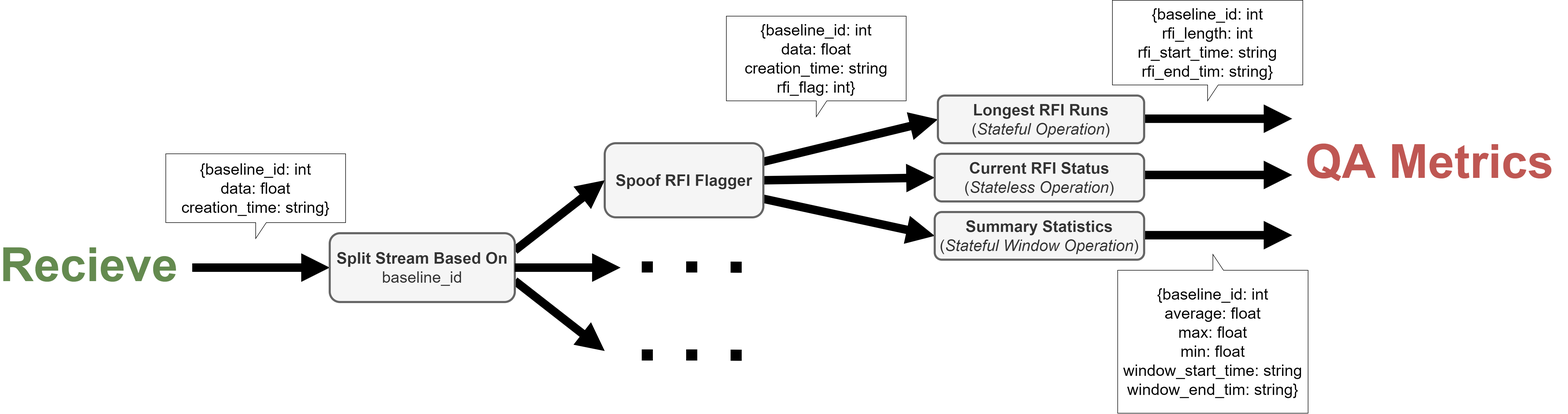
Earlier version of the draw.io export example-pipeline/images/pipeline_overview.png (ErikRZH/pyflink-python-flink-examples-docker). Source tidied: cells renumbered, new cells last; positions are measured from the earlier drawing's top-left corner, leaving out a move shared by most shapes.
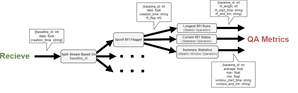
The same file after the commit.

Change to the diagram source:
```diff
@@ -2,102 +2,105 @@
   <root>
     <mxCell id="0" />
     <mxCell id="1" parent="0" />
+    <mxCell id="25" style="group;" parent="1" vertex="1">
+      <mxGeometry x="1800" y="481.8" width="1120" height="330" as="geometry" />
+    </mxCell>
-    <mxCell id="2" style="rounded=0;orthogonalLoop=1;jettySize=auto;html=1;fontSize=38;strokeWidth=16;endArrow=block;endFill=1;endSize=12;entryX=0;entryY=0.5;entryDx=0;entryDy=0;exitX=1;exitY=0.25;exitDx=0;exitDy=0;" parent="1" edge="1">
+    <mxCell id="2" style="rounded=0;orthogonalLoop=1;jettySize=auto;html=1;fontSize=38;strokeWidth=8;endArrow=block;endFill=1;endSize=8;entryX=0;entryY=0.5;entryDx=0;entryDy=0;exitX=1;exitY=0.25;exitDx=0;exitDy=0;" parent="25" edge="1">
       <mxGeometry relative="1" as="geometry">
-        <mxPoint x="940" y="530" as="sourcePoint" />
-        <mxPoint x="1110" y="662.5" as="targetPoint" />
+        <mxPoint x="359.3" y="202.6" as="sourcePoint" />
+        <mxPoint x="424.3" y="253.2" as="targetPoint" />
       </mxGeometry>
     </mxCell>
-    <mxCell id="3" value="&lt;font style=&quot;font-size: 30px&quot;&gt;{baseline_id: int&lt;br&gt;data: float&lt;br&gt;creation_time: string}&lt;/font&gt;" style="shape=callout;whiteSpace=wrap;html=1;perimeter=calloutPerimeter;fontSize=28;" parent="1" vertex="1">
-      <mxGeometry x="280" y="290" width="340" height="160" as="geometry" />
+    <mxCell id="3" value="&lt;font style=&quot;font-size: 13px&quot;&gt;{baseline_id: int&lt;br&gt;data: float&lt;br&gt;creation_time: string}&lt;/font&gt;" style="shape=callout;whiteSpace=wrap;html=1;perimeter=calloutPerimeter;fontSize=12;" parent="25" vertex="1">
+      <mxGeometry x="107" y="90" width="130" height="82" as="geometry" />
     </mxCell>
-    <mxCell id="4" style="endArrow=none;dashed=1;html=1;dashPattern=1 3;strokeWidth=21;rounded=0;fontSize=28;" parent="1" edge="1">
+    <mxCell id="4" style="endArrow=none;dashed=1;html=1;dashPattern=1 3;strokeWidth=10;rounded=0;fontSize=28;" parent="25" edge="1">
       <mxGeometry relative="1" as="geometry">
-        <mxPoint x="1180" y="503.8" as="sourcePoint" />
-        <mxPoint x="1380" y="504.2" as="targetPoint" />
+        <mxPoint x="450" y="192.6" as="sourcePoint" />
+        <mxPoint x="548.9" y="193.2" as="targetPoint" />
         <Array as="points">
-          <mxPoint x="1280" y="503.8" />
+          <mxPoint x="488.2" y="192.6" />
         </Array>
       </mxGeometry>
     </mxCell>
-    <mxCell id="5" value="&lt;font style=&quot;font-size: 30px&quot;&gt;{baseline_id: int&lt;br&gt;data: float&lt;br&gt;creation_time: string&lt;br&gt;rfi_flag: int}&lt;/font&gt;" style="shape=callout;whiteSpace=wrap;html=1;perimeter=calloutPerimeter;fontSize=28;" parent="1" vertex="1">
-      <mxGeometry x="1340" y="30" width="340" height="190" as="geometry" />
+    <mxCell id="5" value="&lt;font style=&quot;font-size: 12px&quot;&gt;{baseline_id: int&lt;br style=&quot;font-size: 12px;&quot;&gt;data: float&lt;br style=&quot;font-size: 12px;&quot;&gt;creation_time: string&lt;br style=&quot;font-size: 12px;&quot;&gt;rfi_flag: int}&lt;/font&gt;" style="shape=callout;whiteSpace=wrap;html=1;perimeter=calloutPerimeter;fontSize=12;" parent="25" vertex="1">
+      <mxGeometry x="512.2" y="-10" width="130" height="101.7" as="geometry" />
     </mxCell>
-    <mxCell id="6" value="&lt;font style=&quot;font-size: 30px&quot;&gt;{baseline_id: int&lt;br&gt;rfi_length: int&lt;br&gt;rfi_start_time: string&lt;br&gt;rfi_end_tim: string}&lt;/font&gt;" style="shape=callout;whiteSpace=wrap;html=1;perimeter=calloutPerimeter;fontSize=28;" parent="1" vertex="1">
-      <mxGeometry x="2070" width="360" height="190" as="geometry" />
+    <mxCell id="6" value="&lt;font style=&quot;font-size: 12px&quot;&gt;{baseline_id: int&lt;br style=&quot;font-size: 12px;&quot;&gt;rfi_length: int&lt;br style=&quot;font-size: 12px;&quot;&gt;rfi_start_time: string&lt;br style=&quot;font-size: 12px;&quot;&gt;rfi_end_tim: string}&lt;/font&gt;" style="shape=callout;whiteSpace=wrap;html=1;perimeter=calloutPerimeter;fontSize=12;" parent="25" vertex="1">
+      <mxGeometry x="790" y="-20" width="138.9" height="92.6" as="geometry" />
     </mxCell>
-    <mxCell id="7" value="&lt;font style=&quot;font-size: 30px&quot;&gt;{baseline_id: int&lt;br&gt;average: float&lt;br&gt;max: float&lt;br&gt;min: float&lt;br&gt;window_start_time: string&lt;br&gt;window_end_tim: string}&lt;/font&gt;" style="shape=callout;whiteSpace=wrap;html=1;perimeter=calloutPerimeter;fontSize=28;flipV=1;" parent="1" vertex="1">
-      <mxGeometry x="2080" y="480" width="360" height="300" as="geometry" />
+    <mxCell id="7" value="&lt;font style=&quot;font-size: 12px&quot;&gt;{baseline_id: int&lt;br style=&quot;font-size: 12px;&quot;&gt;average: float&lt;br style=&quot;font-size: 12px;&quot;&gt;max: float&lt;br style=&quot;font-size: 12px;&quot;&gt;min: float&lt;br style=&quot;font-size: 12px;&quot;&gt;window_start_time: string&lt;br style=&quot;font-size: 12px;&quot;&gt;window_end_tim: string}&lt;/font&gt;" style="shape=callout;whiteSpace=wrap;html=1;perimeter=calloutPerimeter;fontSize=12;flipV=1;" parent="25" vertex="1">
+      <mxGeometry x="795.1" y="183.5" width="164.9" height="126.5" as="geometry" />
     </mxCell>
-    <mxCell id="8" value="&lt;b&gt;&lt;font color=&quot;#648a4f&quot; style=&quot;font-size: 89px&quot;&gt;Recieve&lt;/font&gt;&lt;/b&gt;" style="text;html=1;strokeColor=none;fillColor=none;align=center;verticalAlign=middle;whiteSpace=wrap;rounded=0;fontSize=30;" parent="1" vertex="1">
-      <mxGeometry y="400" width="270" height="200" as="geometry" />
+    <mxCell id="8" value="&lt;b&gt;&lt;font color=&quot;#648a4f&quot; style=&quot;font-size: 30px&quot;&gt;Recieve&lt;/font&gt;&lt;/b&gt;" style="text;html=1;strokeColor=none;fillColor=none;align=center;verticalAlign=middle;whiteSpace=wrap;rounded=0;fontSize=30;" parent="25" vertex="1">
+      <mxGeometry y="152.9" width="103.2" height="76.5" as="geometry" />
     </mxCell>
-    <mxCell id="9" value="&lt;b&gt;&lt;font color=&quot;#bf5753&quot; style=&quot;font-size: 89px&quot;&gt;QA Metrics&lt;/font&gt;&lt;/b&gt;" style="text;html=1;strokeColor=none;fillColor=none;align=center;verticalAlign=middle;whiteSpace=wrap;rounded=0;fontSize=30;" parent="1" vertex="1">
-      <mxGeometry x="2410" y="240" width="520" height="130" as="geometry" />
+    <mxCell id="9" value="&lt;b&gt;&lt;font color=&quot;#bf5753&quot; style=&quot;font-size: 30px&quot;&gt;QA Metrics&lt;/font&gt;&lt;/b&gt;" style="text;html=1;strokeColor=none;fillColor=none;align=center;verticalAlign=middle;whiteSpace=wrap;rounded=0;fontSize=30;" parent="25" vertex="1">
+      <mxGeometry x="910" y="103.2" width="198.8" height="49.7" as="geometry" />
     </mxCell>
-    <mxCell id="10" style="rounded=0;jettySize=auto;html=1;fontSize=38;strokeWidth=16;endArrow=block;endFill=1;endSize=12;entryX=0;entryY=0.5;entryDx=0;entryDy=0;" parent="1" edge="1" target="19">
+    <mxCell id="10" style="rounded=0;jettySize=auto;html=1;fontSize=38;strokeWidth=8;endArrow=block;endFill=1;endSize=6;entryX=0;entryY=0.5;entryDx=0;entryDy=0;" parent="25" edge="1" target="19">
       <mxGeometry relative="1" as="geometry">
-        <mxPoint x="330" y="505" as="sourcePoint" />
+        <mxPoint x="126.1" y="193" as="sourcePoint" />
       </mxGeometry>
     </mxCell>
-    <mxCell id="11" style="rounded=0;orthogonalLoop=1;jettySize=auto;html=1;fontSize=38;strokeWidth=16;endArrow=block;endFill=1;endSize=12;entryX=0;entryY=0.5;entryDx=0;entryDy=0;" parent="1" edge="1">
+    <mxCell id="11" style="rounded=0;orthogonalLoop=1;jettySize=auto;html=1;fontSize=38;strokeWidth=8;endArrow=block;endFill=1;endSize=6;entryX=0;entryY=0.5;entryDx=0;entryDy=0;" parent="25" edge="1">
       <mxGeometry relative="1" as="geometry">
-        <mxPoint x="2120" y="223.8" as="sourcePoint" />
-        <mxPoint x="2410" y="223.8" as="targetPoint" />
+        <mxPoint x="810.4" y="85.5" as="sourcePoint" />
+        <mxPoint x="921.2" y="85.5" as="targetPoint" />
       </mxGeometry>
     </mxCell>
-    <mxCell id="12" style="rounded=0;orthogonalLoop=1;jettySize=auto;html=1;fontSize=38;strokeWidth=16;endArrow=block;endFill=1;endSize=12;" parent="1" edge="1">
+    <mxCell id="12" style="rounded=0;orthogonalLoop=1;jettySize=auto;html=1;fontSize=38;strokeWidth=8;endArrow=block;endFill=1;endSize=6;" parent="25" edge="1">
       <mxGeometry relative="1" as="geometry">
-        <mxPoint x="2120" y="330" as="sourcePoint" />
-        <mxPoint x="2410" y="330" as="targetPoint" />
+        <mxPoint x="810.4" y="126.1" as="sourcePoint" />
+        <mxPoint x="921.2" y="126.1" as="targetPoint" />
       </mxGeometry>
     </mxCell>
-    <mxCell id="13" style="rounded=0;orthogonalLoop=1;jettySize=auto;html=1;fontSize=38;strokeWidth=16;endArrow=block;endFill=1;endSize=12;" parent="1" edge="1">
+    <mxCell id="13" style="rounded=0;orthogonalLoop=1;jettySize=auto;html=1;fontSize=38;strokeWidth=8;endArrow=block;endFill=1;endSize=6;" parent="25" edge="1">
       <mxGeometry relative="1" as="geometry">
-        <mxPoint x="2120" y="443.8" as="sourcePoint" />
-        <mxPoint x="2410" y="443.8" as="targetPoint" />
+        <mxPoint x="810.4" y="169.6" as="sourcePoint" />
+        <mxPoint x="921.2" y="169.6" as="targetPoint" />
       </mxGeometry>
     </mxCell>
-    <mxCell id="14" style="rounded=0;jettySize=auto;html=1;fontSize=38;strokeWidth=16;endArrow=block;endFill=1;endSize=12;entryX=0;entryY=0.5;entryDx=0;entryDy=0;exitX=1;exitY=0.25;exitDx=0;exitDy=0;" parent="1" edge="1" source="17" target="22">
-      <mxGeometry relative="1" as="geometry" />
-    </mxCell>
-    <mxCell id="15" style="rounded=0;jettySize=auto;html=1;fontSize=38;strokeWidth=16;endArrow=block;endFill=1;endSize=12;exitX=1;exitY=0.5;exitDx=0;exitDy=0;entryX=0;entryY=0.5;entryDx=0;entryDy=0;" parent="1" edge="1" source="17" target="23">
-      <mxGeometry relative="1" as="geometry" />
-    </mxCell>
-    <mxCell id="16" style="rounded=0;jettySize=auto;html=1;fontSize=38;strokeWidth=16;endArrow=block;endFill=1;endSize=12;exitX=1;exitY=0.75;exitDx=0;exitDy=0;entryX=0;entryY=0.5;entryDx=0;entryDy=0;" parent="1" edge="1" source="17" target="24">
-      <mxGeometry relative="1" as="geometry" />
-    </mxCell>
-    <mxCell id="17" value="&lt;b&gt;&lt;font style=&quot;font-size: 30px&quot;&gt;Spoof RFI Flagger&lt;/font&gt;&lt;/b&gt;" style="rounded=1;whiteSpace=wrap;html=1;fontSize=28;fillColor=#f5f5f5;strokeColor=#666666;fontColor=#333333;strokeWidth=4;" parent="1" vertex="1">
-      <mxGeometry x="1110" y="270" width="300" height="140" as="geometry" />
+    <mxCell id="17" value="&lt;b style=&quot;font-size: 12px;&quot;&gt;&lt;font style=&quot;font-size: 12px&quot;&gt;Spoof RFI Flagger&lt;/font&gt;&lt;/b&gt;" style="rounded=1;whiteSpace=wrap;html=1;fontSize=12;fillColor=#f5f5f5;strokeColor=#666666;fontColor=#333333;strokeWidth=2;" parent="25" vertex="1">
+      <mxGeometry x="424.3" y="103.2" width="114.7" height="53.5" as="geometry" />
     </mxCell>
-    <mxCell id="18" style="rounded=0;jettySize=auto;html=1;fontSize=38;strokeWidth=16;endArrow=block;endFill=1;endSize=12;entryX=0;entryY=0.5;entryDx=0;entryDy=0;exitX=1;exitY=0.25;exitDx=0;exitDy=0;" parent="1" edge="1" source="19" target="17">
+    <mxCell id="18" style="rounded=0;jettySize=auto;html=1;fontSize=38;strokeWidth=8;endArrow=block;endFill=1;endSize=6;entryX=0;entryY=0.5;entryDx=0;entryDy=0;exitX=1;exitY=0.25;exitDx=0;exitDy=0;" parent="25" edge="1" source="19" target="17">
       <mxGeometry relative="1" as="geometry" />
     </mxCell>
-    <mxCell id="19" value="&lt;span style=&quot;font-size: 30px&quot;&gt;&lt;b&gt;Split Stream Based On &lt;/b&gt;baseline_id&lt;/span&gt;" style="whiteSpace=wrap;html=1;fillColor=#f5f5f5;strokeColor=#666666;imageAspect=0;fontColor=#333333;rounded=1;strokeWidth=4;" parent="1" vertex="1">
-      <mxGeometry x="590" y="440" width="350" height="130" as="geometry" />
+    <mxCell id="19" value="&lt;span&gt;&lt;b&gt;Split Stream Based On &lt;/b&gt;&lt;font style=&quot;font-size: 13px&quot;&gt;baseline_id&lt;/font&gt;&lt;/span&gt;" style="whiteSpace=wrap;html=1;fillColor=#f5f5f5;strokeColor=#666666;imageAspect=0;fontColor=#333333;rounded=1;strokeWidth=2;" parent="25" vertex="1">
+      <mxGeometry x="225.5" y="168.2" width="133.8" height="49.7" as="geometry" />
     </mxCell>
-    <mxCell id="20" style="rounded=0;jettySize=auto;html=1;fontSize=38;strokeWidth=16;endArrow=block;endFill=1;endSize=12;exitX=1;exitY=0.5;exitDx=0;exitDy=0;" parent="1" edge="1" source="19">
+    <mxCell id="20" style="rounded=0;jettySize=auto;html=1;fontSize=38;strokeWidth=8;endArrow=block;endFill=1;endSize=6;exitX=1;exitY=0.5;exitDx=0;exitDy=0;" parent="25" edge="1" source="19">
       <mxGeometry relative="1" as="geometry">
-        <mxPoint x="1140" y="505" as="targetPoint" />
+        <mxPoint x="435.8" y="193" as="targetPoint" />
       </mxGeometry>
     </mxCell>
-    <mxCell id="21" style="endArrow=none;dashed=1;html=1;dashPattern=1 3;strokeWidth=21;rounded=0;fontSize=28;" parent="1" edge="1">
-      <mxGeometry relative="1" as="geometry">
-        <mxPoint x="1180" y="670" as="sourcePoint" />
-        <mxPoint x="1380" y="670.5" as="targetPoint" />
-        <Array as="points">
-          <mxPoint x="1280" y="670" />
-        </Array>
-      </mxGeometry>
-    </mxCell>
-    <mxCell id="22" value="&lt;font style=&quot;font-size: 30px&quot;&gt;&lt;b&gt;Longest RFI Runs&lt;/b&gt;&lt;br&gt;(&lt;i&gt;Stateful Operation&lt;/i&gt;)&lt;/font&gt;" style="rounded=1;whiteSpace=wrap;html=1;fontSize=28;fillColor=#f5f5f5;strokeColor=#666666;fontColor=#333333;strokeWidth=4;" parent="1" vertex="1">
-      <mxGeometry x="1740" y="180" width="390" height="90" as="geometry" />
+    <mxCell id="22" value="&lt;font style=&quot;font-size: 12px&quot;&gt;&lt;b style=&quot;font-size: 12px;&quot;&gt;Longest RFI Runs&lt;/b&gt;&lt;br style=&quot;font-size: 12px;&quot;&gt;(&lt;i style=&quot;font-size: 12px;&quot;&gt;Stateful Operation&lt;/i&gt;)&lt;/font&gt;" style="rounded=1;whiteSpace=wrap;html=1;fontSize=12;fillColor=#f5f5f5;strokeColor=#666666;fontColor=#333333;strokeWidth=2;" parent="25" vertex="1">
+      <mxGeometry x="665.1" y="68.8" width="149.1" height="34.4" as="geometry" />
     </mxCell>
+    <mxCell id="14" style="rounded=0;jettySize=auto;html=1;fontSize=38;strokeWidth=8;endArrow=block;endFill=1;endSize=6;entryX=0;entryY=0.5;entryDx=0;entryDy=0;exitX=1;exitY=0.25;exitDx=0;exitDy=0;" parent="25" edge="1" source="17" target="22">
+      <mxGeometry relative="1" as="geometry" />
+    </mxCell>
-    <mxCell id="23" value="&lt;font style=&quot;font-size: 30px&quot;&gt;&lt;b&gt;Current RFI Status&lt;/b&gt;&lt;br&gt;(&lt;i&gt;Stateless Operation&lt;/i&gt;)&lt;/font&gt;" style="rounded=1;whiteSpace=wrap;html=1;fontSize=28;fillColor=#f5f5f5;strokeColor=#666666;fontColor=#333333;strokeWidth=4;" parent="1" vertex="1">
-      <mxGeometry x="1734" y="290" width="396" height="90" as="geometry" />
+    <mxCell id="23" value="&lt;font style=&quot;font-size: 12px&quot;&gt;&lt;b style=&quot;font-size: 12px;&quot;&gt;Current RFI Status&lt;/b&gt;&lt;br style=&quot;font-size: 12px;&quot;&gt;(&lt;i style=&quot;font-size: 12px;&quot;&gt;Stateless Operation&lt;/i&gt;)&lt;/font&gt;" style="rounded=1;whiteSpace=wrap;html=1;fontSize=12;fillColor=#f5f5f5;strokeColor=#666666;fontColor=#333333;strokeWidth=2;" parent="25" vertex="1">
+      <mxGeometry x="662.8" y="110.9" width="151.4" height="34.4" as="geometry" />
     </mxCell>
+    <mxCell id="15" style="rounded=0;jettySize=auto;html=1;fontSize=38;strokeWidth=8;endArrow=block;endFill=1;endSize=6;exitX=1;exitY=0.5;exitDx=0;exitDy=0;entryX=0;entryY=0.5;entryDx=0;entryDy=0;" parent="25" edge="1" source="17" target="23">
+      <mxGeometry relative="1" as="geometry" />
+    </mxCell>
-    <mxCell id="24" value="&lt;font style=&quot;font-size: 30px&quot;&gt;&lt;b&gt;Summary Statistics&lt;/b&gt;&lt;br&gt;(&lt;i&gt;Stateful Window Operation&lt;/i&gt;)&lt;/font&gt;" style="rounded=1;whiteSpace=wrap;html=1;fontSize=28;fillColor=#f5f5f5;strokeColor=#666666;fontColor=#333333;strokeWidth=4;" parent="1" vertex="1">
-      <mxGeometry x="1734" y="400" width="396" height="90" as="geometry" />
+    <mxCell id="24" value="&lt;font style=&quot;font-size: 12px; line-height: 0.8;&quot;&gt;&lt;b style=&quot;font-size: 12px;&quot;&gt;Summary Statistics&lt;/b&gt;&lt;br style=&quot;font-size: 12px;&quot;&gt;(&lt;i style=&quot;font-size: 12px;&quot;&gt;Stateful Window Operation&lt;/i&gt;)&lt;/font&gt;" style="rounded=1;whiteSpace=wrap;html=1;fontSize=12;fillColor=#f5f5f5;strokeColor=#666666;fontColor=#333333;strokeWidth=2;" parent="25" vertex="1">
+      <mxGeometry x="662.8" y="152.9" width="157.2" height="47.1" as="geometry" />
     </mxCell>
+    <mxCell id="16" style="rounded=0;jettySize=auto;html=1;fontSize=38;strokeWidth=8;endArrow=block;endFill=1;endSize=6;exitX=1;exitY=0.75;exitDx=0;exitDy=0;entryX=0;entryY=0.5;entryDx=0;entryDy=0;" parent="25" edge="1" source="17" target="24">
+      <mxGeometry relative="1" as="geometry" />
+    </mxCell>
+    <mxCell id="26" style="endArrow=none;dashed=1;html=1;dashPattern=1 3;strokeWidth=10;rounded=0;fontSize=28;" parent="25" edge="1">
+      <mxGeometry relative="1" as="geometry">
+        <mxPoint x="450" y="248.2" as="sourcePoint" />
+        <mxPoint x="548.9" y="248.8" as="targetPoint" />
+        <Array as="points">
+          <mxPoint x="488.2" y="248.2" />
+        </Array>
+      </mxGeometry>
+    </mxCell>
   </root>
 </mxGraphModel>
```
